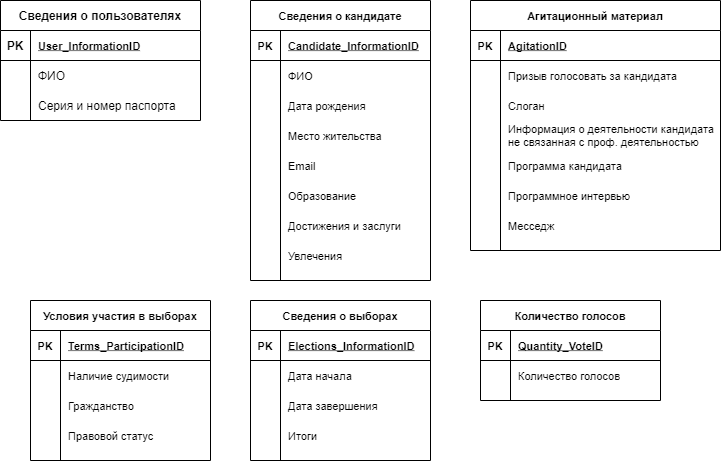
Earlier version of the draw.io export Диаграмма.drawio.png (aleksey899/Inter.MixAN). Source tidied: cells renumbered, new cells last; positions are measured from the earlier drawing's top-left corner, leaving out a move shared by most shapes.
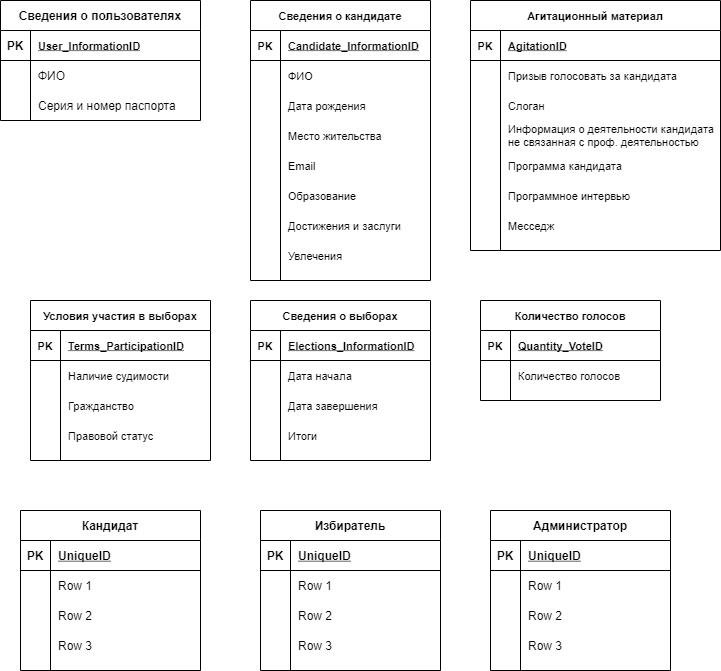
Later version of the same file.

The edit, as a diff of the source:
```diff
@@ -272,5 +272,122 @@
     <mxCell id="91" value="Месседж" style="shape=partialRectangle;fillColor=none;top=0;left=0;bottom=0;right=0;align=left;spacingLeft=6;overflow=hidden;shadow=0;sketch=0;fontSize=11;strokeWidth=1;" parent="89" vertex="1">
       <mxGeometry x="30" width="220" height="30" as="geometry" />
     </mxCell>
+    <mxCell id="92" value="Кандидат" style="shape=table;startSize=30;rowLines=0;fontStyle=1;align=center;" parent="1" vertex="1">
+      <mxGeometry x="20" y="510" width="180" height="160" as="geometry" />
+    </mxCell>
+    <mxCell id="93" style="shape=partialRectangle;fillColor=none;top=0;left=0;bottom=1;right=0;" parent="92" vertex="1">
+      <mxGeometry y="30" width="180" height="30" as="geometry" />
+    </mxCell>
+    <mxCell id="94" value="PK" style="shape=partialRectangle;fillColor=none;top=0;left=0;bottom=0;right=0;fontStyle=1;overflow=hidden;" parent="93" vertex="1">
+      <mxGeometry width="30" height="30" as="geometry" />
+    </mxCell>
+    <mxCell id="95" value="UniqueID" style="shape=partialRectangle;fillColor=none;top=0;left=0;bottom=0;right=0;align=left;spacingLeft=6;fontStyle=5;overflow=hidden;" parent="93" vertex="1">
+      <mxGeometry x="30" width="150" height="30" as="geometry" />
+    </mxCell>
+    <mxCell id="96" style="shape=partialRectangle;fillColor=none;top=0;left=0;bottom=0;right=0;" parent="92" vertex="1">
+      <mxGeometry y="60" width="180" height="30" as="geometry" />
+    </mxCell>
+    <mxCell id="97" style="shape=partialRectangle;fillColor=none;top=0;left=0;bottom=0;right=0;overflow=hidden;" parent="96" vertex="1">
+      <mxGeometry width="30" height="30" as="geometry" />
+    </mxCell>
+    <mxCell id="98" value="Row 1" style="shape=partialRectangle;fillColor=none;top=0;left=0;bottom=0;right=0;align=left;spacingLeft=6;overflow=hidden;" parent="96" vertex="1">
+      <mxGeometry x="30" width="150" height="30" as="geometry" />
+    </mxCell>
+    <mxCell id="99" style="shape=partialRectangle;fillColor=none;top=0;left=0;bottom=0;right=0;" parent="92" vertex="1">
+      <mxGeometry y="90" width="180" height="30" as="geometry" />
+    </mxCell>
+    <mxCell id="100" style="shape=partialRectangle;fillColor=none;top=0;left=0;bottom=0;right=0;overflow=hidden;" parent="99" vertex="1">
+      <mxGeometry width="30" height="30" as="geometry" />
+    </mxCell>
+    <mxCell id="101" value="Row 2" style="shape=partialRectangle;fillColor=none;top=0;left=0;bottom=0;right=0;align=left;spacingLeft=6;overflow=hidden;" parent="99" vertex="1">
+      <mxGeometry x="30" width="150" height="30" as="geometry" />
+    </mxCell>
+    <mxCell id="102" style="shape=partialRectangle;fillColor=none;top=0;left=0;bottom=0;right=0;" parent="92" vertex="1">
+      <mxGeometry y="120" width="180" height="30" as="geometry" />
+    </mxCell>
+    <mxCell id="103" style="shape=partialRectangle;fillColor=none;top=0;left=0;bottom=0;right=0;overflow=hidden;" parent="102" vertex="1">
+      <mxGeometry width="30" height="30" as="geometry" />
+    </mxCell>
+    <mxCell id="104" value="Row 3" style="shape=partialRectangle;fillColor=none;top=0;left=0;bottom=0;right=0;align=left;spacingLeft=6;overflow=hidden;" parent="102" vertex="1">
+      <mxGeometry x="30" width="150" height="30" as="geometry" />
+    </mxCell>
+    <mxCell id="105" value="Избиратель" style="shape=table;startSize=30;rowLines=0;fontStyle=1;align=center;" parent="1" vertex="1">
+      <mxGeometry x="260" y="510" width="180" height="160" as="geometry" />
+    </mxCell>
+    <mxCell id="106" style="shape=partialRectangle;fillColor=none;top=0;left=0;bottom=1;right=0;" parent="105" vertex="1">
+      <mxGeometry y="30" width="180" height="30" as="geometry" />
+    </mxCell>
+    <mxCell id="107" value="PK" style="shape=partialRectangle;fillColor=none;top=0;left=0;bottom=0;right=0;fontStyle=1;overflow=hidden;" parent="106" vertex="1">
+      <mxGeometry width="30" height="30" as="geometry" />
+    </mxCell>
+    <mxCell id="108" value="UniqueID" style="shape=partialRectangle;fillColor=none;top=0;left=0;bottom=0;right=0;align=left;spacingLeft=6;fontStyle=5;overflow=hidden;" parent="106" vertex="1">
+      <mxGeometry x="30" width="150" height="30" as="geometry" />
+    </mxCell>
+    <mxCell id="109" style="shape=partialRectangle;fillColor=none;top=0;left=0;bottom=0;right=0;" parent="105" vertex="1">
+      <mxGeometry y="60" width="180" height="30" as="geometry" />
+    </mxCell>
+    <mxCell id="110" style="shape=partialRectangle;fillColor=none;top=0;left=0;bottom=0;right=0;overflow=hidden;" parent="109" vertex="1">
+      <mxGeometry width="30" height="30" as="geometry" />
+    </mxCell>
+    <mxCell id="111" value="Row 1" style="shape=partialRectangle;fillColor=none;top=0;left=0;bottom=0;right=0;align=left;spacingLeft=6;overflow=hidden;" parent="109" vertex="1">
+      <mxGeometry x="30" width="150" height="30" as="geometry" />
+    </mxCell>
+    <mxCell id="112" style="shape=partialRectangle;fillColor=none;top=0;left=0;bottom=0;right=0;" parent="105" vertex="1">
+      <mxGeometry y="90" width="180" height="30" as="geometry" />
+    </mxCell>
+    <mxCell id="113" style="shape=partialRectangle;fillColor=none;top=0;left=0;bottom=0;right=0;overflow=hidden;" parent="112" vertex="1">
+      <mxGeometry width="30" height="30" as="geometry" />
+    </mxCell>
+    <mxCell id="114" value="Row 2" style="shape=partialRectangle;fillColor=none;top=0;left=0;bottom=0;right=0;align=left;spacingLeft=6;overflow=hidden;" parent="112" vertex="1">
+      <mxGeometry x="30" width="150" height="30" as="geometry" />
+    </mxCell>
+    <mxCell id="115" style="shape=partialRectangle;fillColor=none;top=0;left=0;bottom=0;right=0;" parent="105" vertex="1">
+      <mxGeometry y="120" width="180" height="30" as="geometry" />
+    </mxCell>
+    <mxCell id="116" style="shape=partialRectangle;fillColor=none;top=0;left=0;bottom=0;right=0;overflow=hidden;" parent="115" vertex="1">
+      <mxGeometry width="30" height="30" as="geometry" />
+    </mxCell>
+    <mxCell id="117" value="Row 3" style="shape=partialRectangle;fillColor=none;top=0;left=0;bottom=0;right=0;align=left;spacingLeft=6;overflow=hidden;" parent="115" vertex="1">
+      <mxGeometry x="30" width="150" height="30" as="geometry" />
+    </mxCell>
+    <mxCell id="118" value="Администратор" style="shape=table;startSize=30;rowLines=0;fontStyle=1;align=center;" parent="1" vertex="1">
+      <mxGeometry x="490" y="510" width="180" height="160" as="geometry" />
+    </mxCell>
+    <mxCell id="119" style="shape=partialRectangle;fillColor=none;top=0;left=0;bottom=1;right=0;" parent="118" vertex="1">
+      <mxGeometry y="30" width="180" height="30" as="geometry" />
+    </mxCell>
+    <mxCell id="120" value="PK" style="shape=partialRectangle;fillColor=none;top=0;left=0;bottom=0;right=0;fontStyle=1;overflow=hidden;" parent="119" vertex="1">
+      <mxGeometry width="30" height="30" as="geometry" />
+    </mxCell>
+    <mxCell id="121" value="UniqueID" style="shape=partialRectangle;fillColor=none;top=0;left=0;bottom=0;right=0;align=left;spacingLeft=6;fontStyle=5;overflow=hidden;" parent="119" vertex="1">
+      <mxGeometry x="30" width="150" height="30" as="geometry" />
+    </mxCell>
+    <mxCell id="122" style="shape=partialRectangle;fillColor=none;top=0;left=0;bottom=0;right=0;" parent="118" vertex="1">
+      <mxGeometry y="60" width="180" height="30" as="geometry" />
+    </mxCell>
+    <mxCell id="123" style="shape=partialRectangle;fillColor=none;top=0;left=0;bottom=0;right=0;overflow=hidden;" parent="122" vertex="1">
+      <mxGeometry width="30" height="30" as="geometry" />
+    </mxCell>
+    <mxCell id="124" value="Row 1" style="shape=partialRectangle;fillColor=none;top=0;left=0;bottom=0;right=0;align=left;spacingLeft=6;overflow=hidden;" parent="122" vertex="1">
+      <mxGeometry x="30" width="150" height="30" as="geometry" />
+    </mxCell>
+    <mxCell id="125" style="shape=partialRectangle;fillColor=none;top=0;left=0;bottom=0;right=0;" parent="118" vertex="1">
+      <mxGeometry y="90" width="180" height="30" as="geometry" />
+    </mxCell>
+    <mxCell id="126" style="shape=partialRectangle;fillColor=none;top=0;left=0;bottom=0;right=0;overflow=hidden;" parent="125" vertex="1">
+      <mxGeometry width="30" height="30" as="geometry" />
+    </mxCell>
+    <mxCell id="127" value="Row 2" style="shape=partialRectangle;fillColor=none;top=0;left=0;bottom=0;right=0;align=left;spacingLeft=6;overflow=hidden;" parent="125" vertex="1">
+      <mxGeometry x="30" width="150" height="30" as="geometry" />
+    </mxCell>
+    <mxCell id="128" style="shape=partialRectangle;fillColor=none;top=0;left=0;bottom=0;right=0;" parent="118" vertex="1">
+      <mxGeometry y="120" width="180" height="30" as="geometry" />
+    </mxCell>
+    <mxCell id="129" style="shape=partialRectangle;fillColor=none;top=0;left=0;bottom=0;right=0;overflow=hidden;" parent="128" vertex="1">
+      <mxGeometry width="30" height="30" as="geometry" />
+    </mxCell>
+    <mxCell id="130" value="Row 3" style="shape=partialRectangle;fillColor=none;top=0;left=0;bottom=0;right=0;align=left;spacingLeft=6;overflow=hidden;" parent="128" vertex="1">
+      <mxGeometry x="30" width="150" height="30" as="geometry" />
+    </mxCell>
   </root>
 </mxGraphModel>
```
